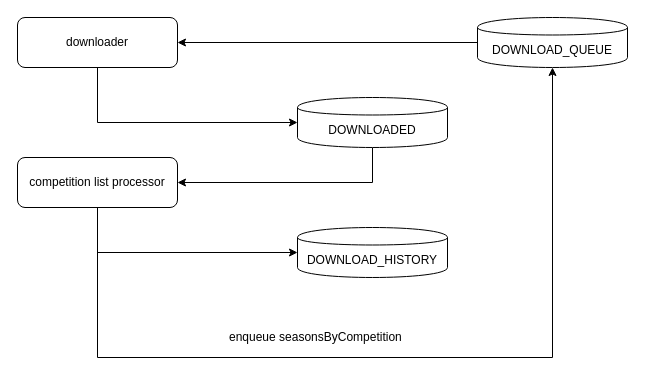
wosary1984/draw.io keeps this draw.io diagram as S1 Data Downloading.drawio. Above is the earlier version. Source tidied: cells renumbered, new cells numbered last; positions are measured from the earlier drawing's top-left corner, leaving out a move shared by most shapes. Both pictures are drawn from the tidied source at 100%, with x=0, y=0 at pixel (17, 17).
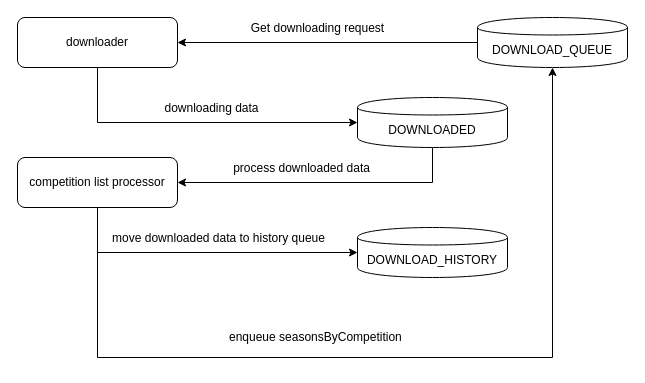
The same page after the edit.

The change refers to these unchanged cells:
```xml
<mxCell id="2" style="edgeStyle=orthogonalEdgeStyle;rounded=0;jettySize=auto;html=1;exitX=0.5;exitY=1;exitDx=0;exitDy=0;entryX=0;entryY=0.5;entryDx=0;entryDy=0;" parent="1" edge="1" source="3" target="7">
  <mxGeometry relative="1" as="geometry" />
</mxCell>
<mxCell id="4" style="edgeStyle=orthogonalEdgeStyle;rounded=0;jettySize=auto;html=1;exitX=0;exitY=0.5;exitDx=0;exitDy=0;entryX=1;entryY=0.5;entryDx=0;entryDy=0;" parent="1" edge="1" source="5" target="3">
  <mxGeometry relative="1" as="geometry" />
</mxCell>
<mxCell id="6" style="edgeStyle=orthogonalEdgeStyle;rounded=0;jettySize=auto;html=1;exitX=0.5;exitY=1;exitDx=0;exitDy=0;entryX=1;entryY=0.5;entryDx=0;entryDy=0;" parent="1" edge="1" source="7" target="10">
  <mxGeometry relative="1" as="geometry" />
</mxCell>
<mxCell id="8" style="edgeStyle=orthogonalEdgeStyle;rounded=0;jettySize=auto;html=1;exitX=0.5;exitY=1;exitDx=0;exitDy=0;entryX=0;entryY=0.5;entryDx=0;entryDy=0;" parent="1" edge="1" source="10" target="11">
  <mxGeometry relative="1" as="geometry" />
</mxCell>
```

Change to the diagram source:
```diff
@@
+    <mxCell id="13" value="downloading data" style="text;html=1;align=center;verticalAlign=middle;labelBackgroundColor=#ffffff;" parent="2" vertex="1">
+      <mxGeometry x="0.09" y="4" relative="1" as="geometry">
+        <mxPoint x="-4" y="-11" as="offset" />
+      </mxGeometry>
+    </mxCell>
@@
+    <mxCell id="14" value="Get downloading request" style="text;html=1;align=center;verticalAlign=middle;labelBackgroundColor=#ffffff;" parent="4" vertex="1">
+      <mxGeometry x="0.15" y="-3" relative="1" as="geometry">
+        <mxPoint x="12" y="-12" as="offset" />
+      </mxGeometry>
+    </mxCell>
@@
+    <mxCell id="15" value="process downloaded data" style="text;html=1;align=center;verticalAlign=middle;labelBackgroundColor=#ffffff;" parent="6" vertex="1">
+      <mxGeometry x="0.24" relative="1" as="geometry">
+        <mxPoint x="13" y="-15" as="offset" />
+      </mxGeometry>
+    </mxCell>
     <mxCell id="7" value="DOWNLOADED" style="shape=cylinder;whiteSpace=wrap;html=1;boundedLbl=1;backgroundOutline=1;" parent="1" vertex="1">
-      <mxGeometry x="280" y="80" width="150" height="50" as="geometry" />
+      <mxGeometry x="340" y="80" width="150" height="50" as="geometry" />
     </mxCell>
@@
+    <mxCell id="16" value="move downloaded data to history queue" style="text;html=1;align=center;verticalAlign=middle;labelBackgroundColor=#ffffff;" parent="8" vertex="1">
+      <mxGeometry x="0.01" y="-3" relative="1" as="geometry">
+        <mxPoint x="11" y="-18" as="offset" />
+      </mxGeometry>
+    </mxCell>
@@
     <mxCell id="11" value="DOWNLOAD_HISTORY" style="shape=cylinder;whiteSpace=wrap;html=1;boundedLbl=1;backgroundOutline=1;" parent="1" vertex="1">
-      <mxGeometry x="280" y="210" width="150" height="50" as="geometry" />
+      <mxGeometry x="340" y="210" width="150" height="50" as="geometry" />
     </mxCell>
```
